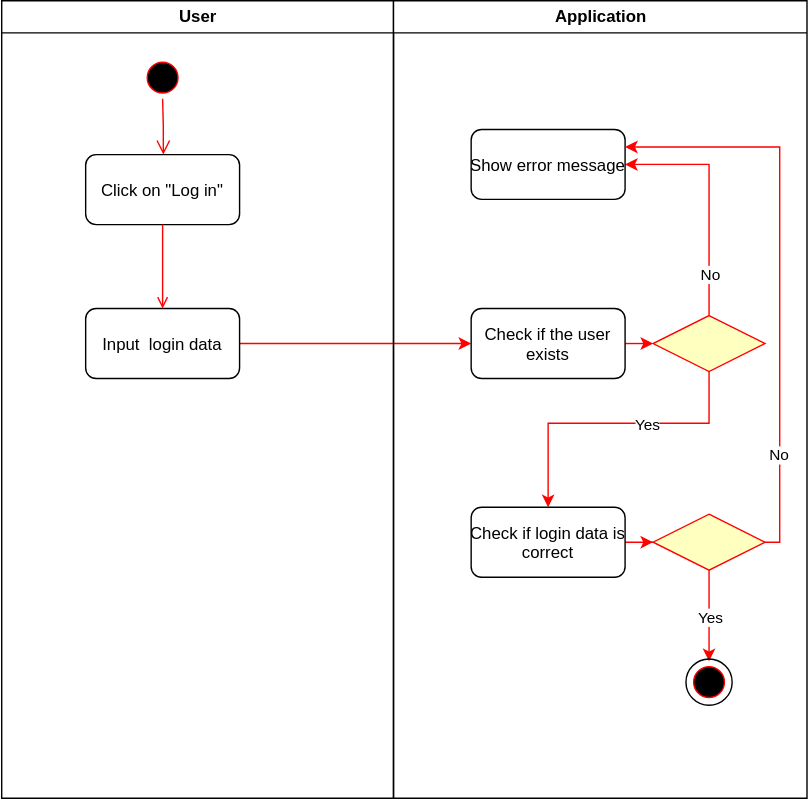
Above: Documentation/diagrams/Login_Activity_Diagram.svg in SE-TINF22B6/Statify (draw.io), before the change. Source tidied: cells renumbered, new cells last; positions are measured from the earlier drawing's top-left corner, leaving out a move shared by most shapes.
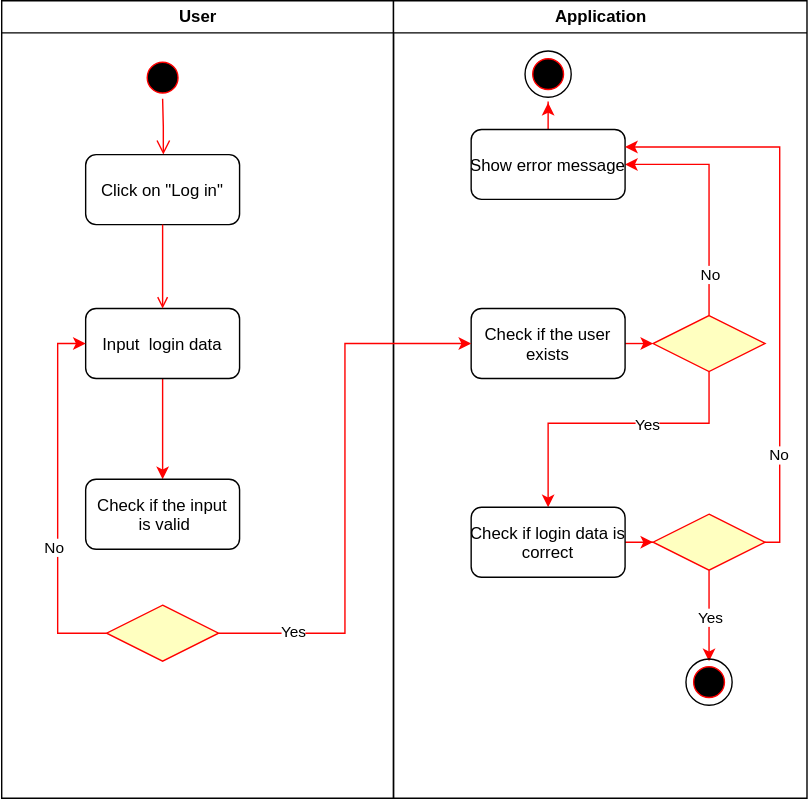
Above is the later version.

Commit message:
updated the activity diagrams

The edit, as a diff of the source:
```diff
@@ -14,17 +14,34 @@
     <mxCell id="5" value="Click on &quot;Log in&quot;" style="rounded=1;" parent="2" vertex="1">
       <mxGeometry x="60" y="110" width="110" height="50" as="geometry" />
     </mxCell>
-    <mxCell id="6" style="edgeStyle=orthogonalEdgeStyle;rounded=0;jettySize=auto;html=1;exitX=1;exitY=0.5;exitDx=0;exitDy=0;fillColor=#e51400;strokeColor=#ff0000;" parent="2" edge="1" source="7">
-      <mxGeometry relative="1" as="geometry">
-        <mxPoint x="335.5" y="245" as="targetPoint" />
-      </mxGeometry>
-    </mxCell>
+    <mxCell id="28" style="edgeStyle=orthogonalEdgeStyle;rounded=0;jettySize=auto;html=1;exitX=0.5;exitY=1;exitDx=0;exitDy=0;entryX=0.5;entryY=0;entryDx=0;entryDy=0;strokeColor=#ff0000;" parent="2" edge="1" source="7" target="29">
+      <mxGeometry relative="1" as="geometry" />
+    </mxCell>
     <mxCell id="7" value="Input  login data" style="rounded=1;" parent="2" vertex="1">
       <mxGeometry x="60" y="220" width="110" height="50" as="geometry" />
     </mxCell>
     <mxCell id="8" style="endArrow=open;strokeColor=#FF0000;endFill=1;rounded=0;" parent="2" edge="1" source="5" target="7">
       <mxGeometry relative="1" as="geometry" />
     </mxCell>
+    <mxCell id="29" value="Check if the input&#10; is valid" style="rounded=1;" parent="2" vertex="1">
+      <mxGeometry x="60" y="342" width="110" height="50" as="geometry" />
+    </mxCell>
+    <mxCell id="30" style="edgeStyle=orthogonalEdgeStyle;rounded=0;orthogonalLoop=1;jettySize=auto;html=1;entryX=0;entryY=0.5;entryDx=0;entryDy=0;strokeColor=#ff0000;" parent="2" edge="1">
+      <mxGeometry relative="1" as="geometry">
+        <mxPoint x="75" y="452" as="sourcePoint" />
+        <mxPoint x="60" y="245" as="targetPoint" />
+        <Array as="points">
+          <mxPoint x="40" y="452" />
+          <mxPoint x="40" y="245" />
+        </Array>
+      </mxGeometry>
+    </mxCell>
+    <mxCell id="31" value="No" style="edgeLabel;html=1;align=center;verticalAlign=middle;" parent="30" vertex="1">
+      <mxGeometry x="-0.26" y="3" relative="1" as="geometry" />
+    </mxCell>
+    <mxCell id="32" style="rhombus;fillColor=#ffffc0;strokeColor=#ff0000;" parent="2" vertex="1">
+      <mxGeometry x="75" y="432" width="80" height="40" as="geometry" />
+    </mxCell>
     <mxCell id="9" value="Application" style="swimlane;whiteSpace=wrap;" parent="1" vertex="1">
       <mxGeometry x="280.5" width="295.5" height="570" as="geometry" />
     </mxCell>
@@ -54,6 +71,9 @@
     <mxCell id="16" style="rhombus;fillColor=#ffffc0;strokeColor=#ff0000;" parent="9" vertex="1">
       <mxGeometry x="185.5" y="225" width="80" height="40" as="geometry" />
     </mxCell>
+    <mxCell id="33" style="edgeStyle=orthogonalEdgeStyle;rounded=0;jettySize=auto;html=1;strokeColor=#ff0000;" parent="9" edge="1" source="17" target="35">
+      <mxGeometry relative="1" as="geometry" />
+    </mxCell>
     <mxCell id="17" value="Show error message" style="rounded=1;" parent="9" vertex="1">
       <mxGeometry x="55.5" y="92" width="110" height="50" as="geometry" />
     </mxCell>
@@ -94,5 +114,22 @@
     <mxCell id="27" style="ellipse;shape=startState;fillColor=#000000;strokeColor=#ff0000;" parent="25" vertex="1">
       <mxGeometry x="5.5" y="5.5" width="30" height="30" as="geometry" />
     </mxCell>
+    <mxCell id="34" style="group;" parent="9" vertex="1">
+      <mxGeometry x="90" y="32" width="41" height="41" as="geometry" />
+    </mxCell>
+    <mxCell id="35" style="ellipse;shape=startState;fillColor=none;strokeColor=#000000;" parent="34" vertex="1">
+      <mxGeometry width="41" height="41" as="geometry" />
+    </mxCell>
+    <mxCell id="36" style="ellipse;shape=startState;fillColor=#000000;strokeColor=#ff0000;" parent="34" vertex="1">
+      <mxGeometry x="5.5" y="5.5" width="30" height="30" as="geometry" />
+    </mxCell>
+    <mxCell id="37" style="edgeStyle=orthogonalEdgeStyle;rounded=0;jettySize=auto;html=1;entryX=0;entryY=0.5;entryDx=0;entryDy=0;strokeColor=#ff0000;" parent="1" edge="1" source="32" target="11">
+      <mxGeometry relative="1" as="geometry" />
+    </mxCell>
+    <mxCell id="38" value="Yes" style="edgeLabel;html=1;align=center;verticalAlign=middle;" parent="37" vertex="1">
+      <mxGeometry x="-0.62" y="3" relative="1" as="geometry">
+        <mxPoint x="-21" y="1" as="offset" />
+      </mxGeometry>
+    </mxCell>
   </root>
 </mxGraphModel>
```
